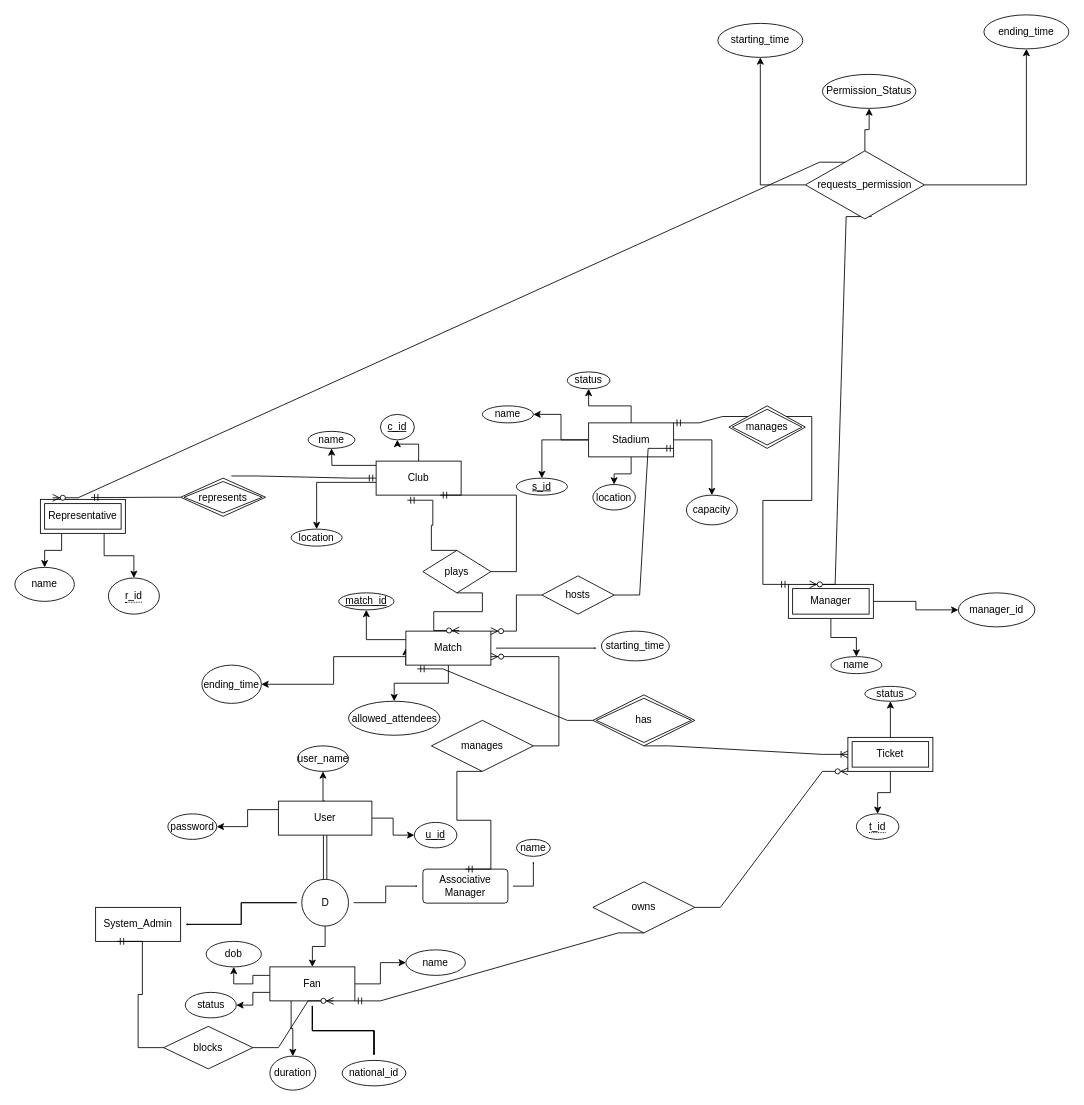
Earlier version of the draw.io diagram MileStone(1).drawio (Aelmeky/Stadium_tickets_system). Source tidied: cells renumbered, new cells numbered last; positions are measured from the earlier drawing's top-left corner, leaving out a move shared by most shapes. Both pictures are drawn from the tidied source at 85%, with x=0, y=0 at pixel (14, 14).
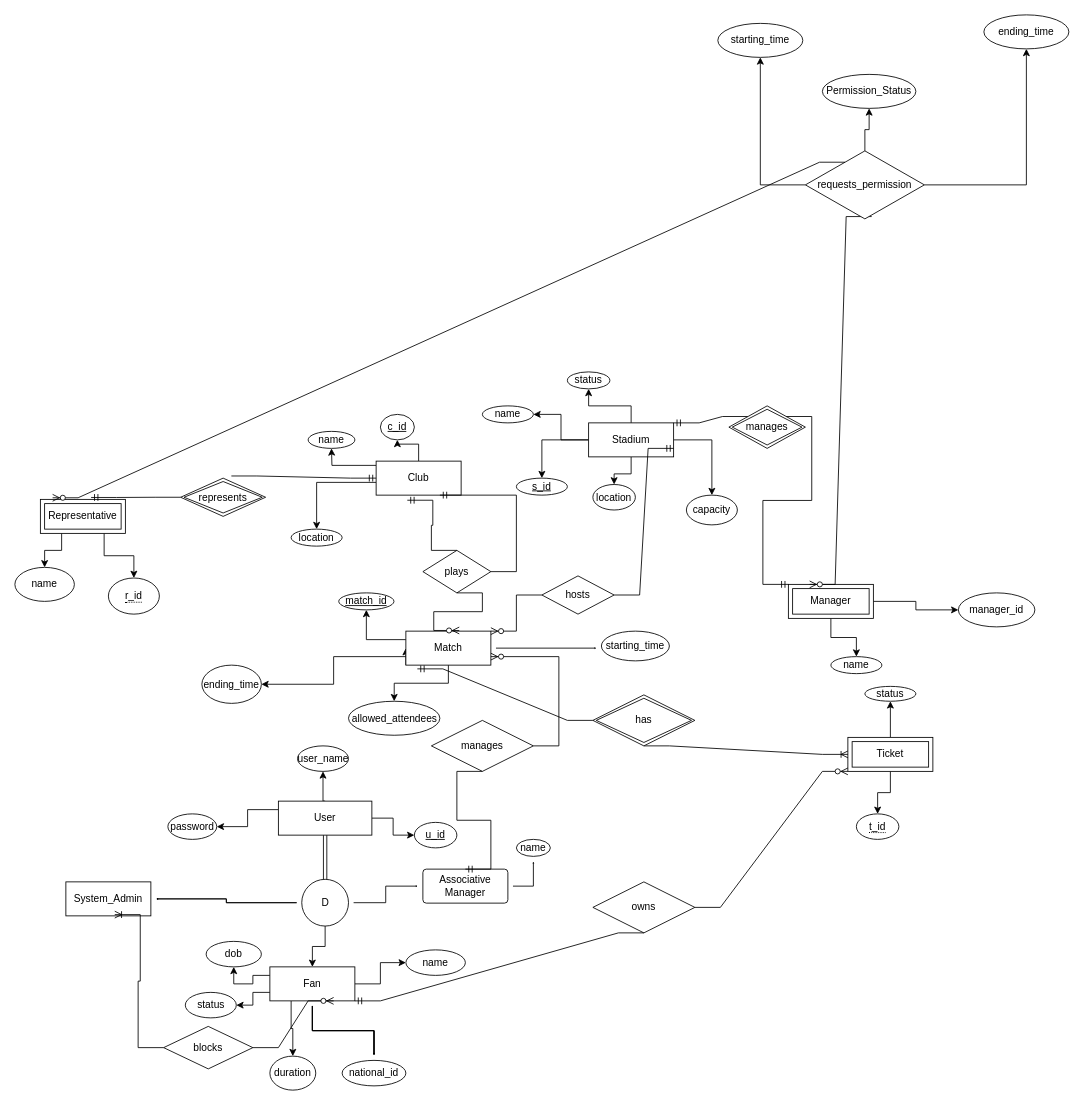
The same page after the edit.

Commit message:
feat: many instead of one

Unchanged cells that the change refers to:
```xml
<mxCell id="107" value="blocks" style="shape=rhombus;perimeter=rhombusPerimeter;whiteSpace=wrap;html=1;align=center;" parent="1" vertex="1">
  <mxGeometry x="175" y="1190" width="105" height="50" as="geometry" />
</mxCell>
```

Change to the diagram source:
```diff
@@
     <mxCell id="40" value="System_Admin" style="whiteSpace=wrap;html=1;align=center;" parent="1" vertex="1">
-      <mxGeometry x="95" y="1050" width="100" height="40" as="geometry" />
+      <mxGeometry x="60" y="1020" width="100" height="40" as="geometry" />
     </mxCell>
@@
-    <mxCell id="108" style="edgeStyle=entityRelationEdgeStyle;fontSize=12;html=1;endArrow=none;startArrow=ERmandOne;rounded=0;exitX=0.25;exitY=1;exitDx=0;exitDy=0;entryX=0;entryY=0.5;entryDx=0;entryDy=0;" parent="1" edge="1" source="40" target="107">
-      <mxGeometry relative="1" as="geometry" />
-    </mxCell>
@@
+    <mxCell id="112" style="edgeStyle=entityRelationEdgeStyle;fontSize=12;html=1;endArrow=ERoneToMany;rounded=0;exitX=0;exitY=0.5;exitDx=0;exitDy=0;entryX=0.575;entryY=0.963;entryDx=0;entryDy=0;entryPerimeter=0;" parent="1" edge="1" source="107" target="40">
+      <mxGeometry relative="1" as="geometry" />
+    </mxCell>
```
